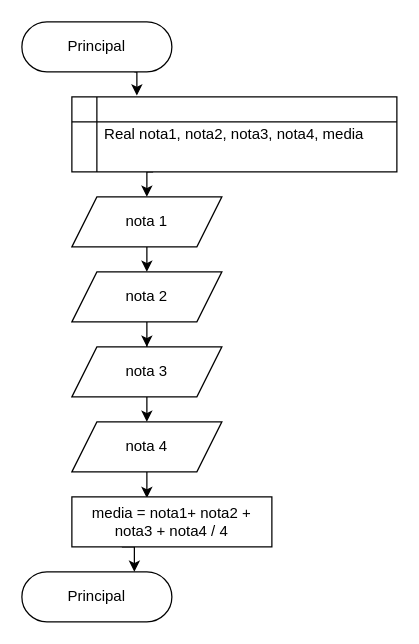
The draw.io diagram first_test.drawio in dennisberg13100/fluxograma_DIO, before the edit. Source tidied: cells renumbered, new cells numbered last; positions are measured from the earlier drawing's top-left corner, leaving out a move shared by most shapes. Both pictures are drawn from the tidied source at 125%, with x=0, y=0 at pixel (21, 21).
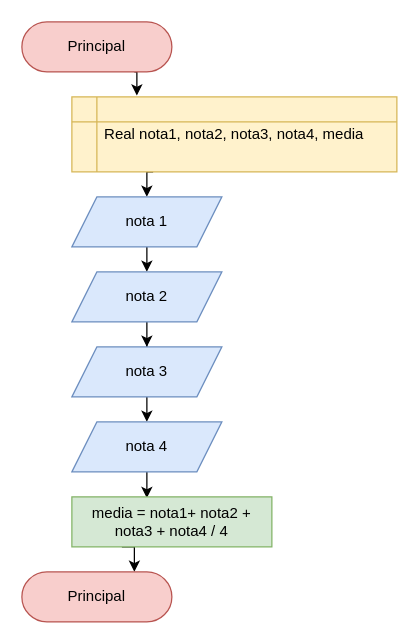
The same diagram, later.

Diff of the diagram source:
```diff
@@
 <mxGraphModel>
   <root>
     <mxCell id="0" />
     <mxCell id="1" parent="0" />
     <mxCell id="2" style="edgeStyle=orthogonalEdgeStyle;rounded=0;jettySize=auto;html=1;exitX=0.75;exitY=1;exitDx=0;exitDy=0;entryX=0.2;entryY=-0.017;entryDx=0;entryDy=0;entryPerimeter=0;" parent="1" edge="1" source="3" target="5">
       <mxGeometry relative="1" as="geometry" />
     </mxCell>
-    <mxCell id="3" value="Principal" style="rounded=1;whiteSpace=wrap;html=1;arcSize=50;" parent="1" vertex="1">
+    <mxCell id="3" value="Principal" style="rounded=1;whiteSpace=wrap;html=1;arcSize=50;fillColor=#f8cecc;strokeColor=#b85450;" parent="1" vertex="1">
       <mxGeometry width="120" height="40" as="geometry" />
     </mxCell>
     <mxCell id="4" style="edgeStyle=orthogonalEdgeStyle;rounded=0;jettySize=auto;html=1;exitX=0.25;exitY=1;exitDx=0;exitDy=0;entryX=0.5;entryY=0;entryDx=0;entryDy=0;" parent="1" edge="1" source="5" target="7">
       <mxGeometry relative="1" as="geometry" />
     </mxCell>
-    <mxCell id="5" value="Real nota1, nota2, nota3, nota4, media" style="shape=internalStorage;whiteSpace=wrap;html=1;backgroundOutline=1;" parent="1" vertex="1">
+    <mxCell id="5" value="Real nota1, nota2, nota3, nota4, media" style="shape=internalStorage;whiteSpace=wrap;html=1;backgroundOutline=1;fillColor=#fff2cc;strokeColor=#d6b656;" parent="1" vertex="1">
       <mxGeometry x="40" y="60" width="260" height="60" as="geometry" />
     </mxCell>
     <mxCell id="6" style="edgeStyle=orthogonalEdgeStyle;rounded=0;jettySize=auto;html=1;exitX=0.5;exitY=1;exitDx=0;exitDy=0;entryX=0.5;entryY=0;entryDx=0;entryDy=0;" parent="1" edge="1" source="7" target="9">
       <mxGeometry relative="1" as="geometry" />
     </mxCell>
-    <mxCell id="7" value="nota 1" style="shape=parallelogram;perimeter=parallelogramPerimeter;whiteSpace=wrap;html=1;fixedSize=1;" parent="1" vertex="1">
+    <mxCell id="7" value="nota 1" style="shape=parallelogram;perimeter=parallelogramPerimeter;whiteSpace=wrap;html=1;fixedSize=1;fillColor=#dae8fc;strokeColor=#6c8ebf;" parent="1" vertex="1">
       <mxGeometry x="40" y="140" width="120" height="40" as="geometry" />
     </mxCell>
     <mxCell id="8" style="edgeStyle=orthogonalEdgeStyle;rounded=0;jettySize=auto;html=1;exitX=0.5;exitY=1;exitDx=0;exitDy=0;" parent="1" edge="1" source="9" target="11">
       <mxGeometry relative="1" as="geometry" />
     </mxCell>
-    <mxCell id="9" value="nota 2" style="shape=parallelogram;perimeter=parallelogramPerimeter;whiteSpace=wrap;html=1;fixedSize=1;" parent="1" vertex="1">
+    <mxCell id="9" value="nota 2" style="shape=parallelogram;perimeter=parallelogramPerimeter;whiteSpace=wrap;html=1;fixedSize=1;fillColor=#dae8fc;strokeColor=#6c8ebf;" parent="1" vertex="1">
       <mxGeometry x="40" y="200" width="120" height="40" as="geometry" />
     </mxCell>
     <mxCell id="10" style="edgeStyle=orthogonalEdgeStyle;rounded=0;jettySize=auto;html=1;exitX=0.5;exitY=1;exitDx=0;exitDy=0;entryX=0.5;entryY=0;entryDx=0;entryDy=0;" parent="1" edge="1" source="11" target="13">
       <mxGeometry relative="1" as="geometry" />
     </mxCell>
-    <mxCell id="11" value="nota 3" style="shape=parallelogram;perimeter=parallelogramPerimeter;whiteSpace=wrap;html=1;fixedSize=1;" parent="1" vertex="1">
+    <mxCell id="11" value="nota 3" style="shape=parallelogram;perimeter=parallelogramPerimeter;whiteSpace=wrap;html=1;fixedSize=1;fillColor=#dae8fc;strokeColor=#6c8ebf;" parent="1" vertex="1">
       <mxGeometry x="40" y="260" width="120" height="40" as="geometry" />
     </mxCell>
     <mxCell id="12" style="edgeStyle=orthogonalEdgeStyle;rounded=0;jettySize=auto;html=1;exitX=0.5;exitY=1;exitDx=0;exitDy=0;entryX=0.375;entryY=0.025;entryDx=0;entryDy=0;entryPerimeter=0;" parent="1" edge="1" source="13" target="15">
       <mxGeometry relative="1" as="geometry" />
     </mxCell>
-    <mxCell id="13" value="nota 4" style="shape=parallelogram;perimeter=parallelogramPerimeter;whiteSpace=wrap;html=1;fixedSize=1;" parent="1" vertex="1">
+    <mxCell id="13" value="nota 4" style="shape=parallelogram;perimeter=parallelogramPerimeter;whiteSpace=wrap;html=1;fixedSize=1;fillColor=#dae8fc;strokeColor=#6c8ebf;" parent="1" vertex="1">
       <mxGeometry x="40" y="320" width="120" height="40" as="geometry" />
     </mxCell>
     <mxCell id="14" style="edgeStyle=orthogonalEdgeStyle;rounded=0;jettySize=auto;html=1;exitX=0.25;exitY=1;exitDx=0;exitDy=0;entryX=0.75;entryY=0;entryDx=0;entryDy=0;" parent="1" edge="1" source="15" target="16">
       <mxGeometry relative="1" as="geometry" />
     </mxCell>
-    <mxCell id="15" value="media = nota1+ nota2 + nota3 + nota4 / 4" style="rounded=0;whiteSpace=wrap;html=1;" parent="1" vertex="1">
+    <mxCell id="15" value="media = nota1+ nota2 + nota3 + nota4 / 4" style="rounded=0;whiteSpace=wrap;html=1;fillColor=#d5e8d4;strokeColor=#82b366;" parent="1" vertex="1">
       <mxGeometry x="40" y="380" width="160" height="40" as="geometry" />
     </mxCell>
-    <mxCell id="16" value="Principal" style="rounded=1;whiteSpace=wrap;html=1;arcSize=50;" parent="1" vertex="1">
+    <mxCell id="16" value="Principal" style="rounded=1;whiteSpace=wrap;html=1;arcSize=50;fillColor=#f8cecc;strokeColor=#b85450;" parent="1" vertex="1">
       <mxGeometry y="440" width="120" height="40" as="geometry" />
     </mxCell>
   </root>
 </mxGraphModel>
```
